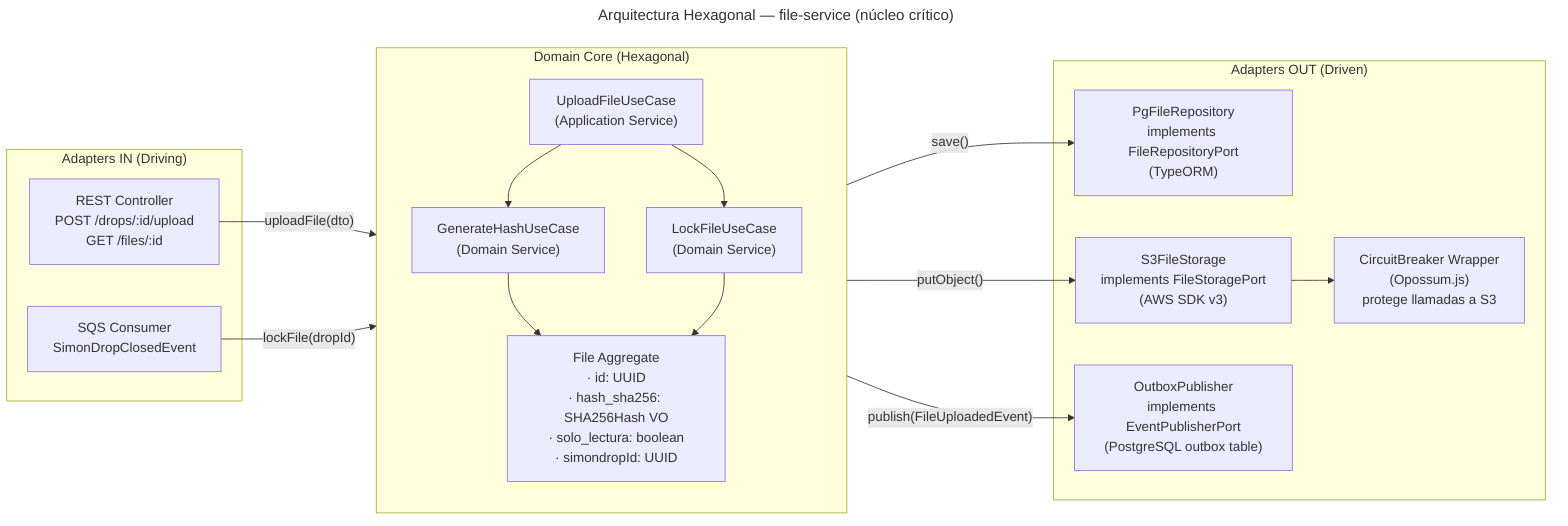
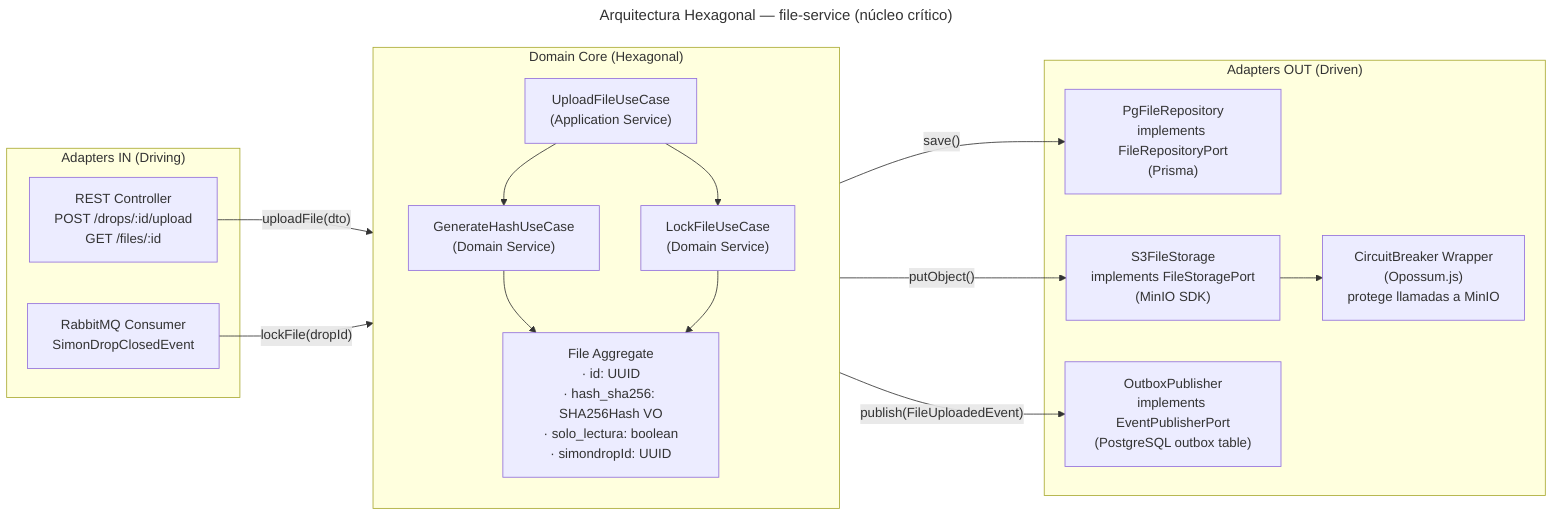
---
title: "Arquitectura Hexagonal — file-service (núcleo crítico)"
---
flowchart LR
  subgraph AdaptersIn["Adapters IN (Driving)"]
    REST["REST Controller\nPOST /drops/:id/upload\nGET /files/:id"]
-     SQS_IN["SQS Consumer\nSimonDropClosedEvent"]
+     RMQ_IN["RabbitMQ Consumer\nSimonDropClosedEvent"]
  end

  subgraph DomainCore["Domain Core (Hexagonal)"]
    direction TB
    UC1["UploadFileUseCase\n(Application Service)"]
    UC2["GenerateHashUseCase\n(Domain Service)"]
    UC3["LockFileUseCase\n(Domain Service)"]
    AGG["File Aggregate\n· id: UUID\n· hash_sha256: SHA256Hash VO\n· solo_lectura: boolean\n· simondropId: UUID"]
  end

  subgraph AdaptersOut["Adapters OUT (Driven)"]
-     PG["PgFileRepository\nimplements FileRepositoryPort\n(TypeORM)"]
-     S3["S3FileStorage\nimplements FileStoragePort\n(AWS SDK v3)"]
+     PG["PgFileRepository\nimplements FileRepositoryPort\n(Prisma)"]
+     S3["S3FileStorage\nimplements FileStoragePort\n(MinIO SDK)"]
    OB["OutboxPublisher\nimplements EventPublisherPort\n(PostgreSQL outbox table)"]
-     CB["CircuitBreaker Wrapper\n(Opossum.js)\nprotege llamadas a S3"]
+     CB["CircuitBreaker Wrapper\n(Opossum.js)\nprotege llamadas a MinIO"]
  end

  REST -->|"uploadFile(dto)"| UC1
-   SQS_IN -->|"lockFile(dropId)"| UC3
+   RMQ_IN -->|"lockFile(dropId)"| UC3
  UC1 --> UC2
  UC1 --> UC3
  UC2 --> AGG
  UC3 --> AGG
  AGG -->|"save()"| PG
  AGG -->|"putObject()"| S3
  S3 --> CB
  UC1 -->|"publish(FileUploadedEvent)"| OB
